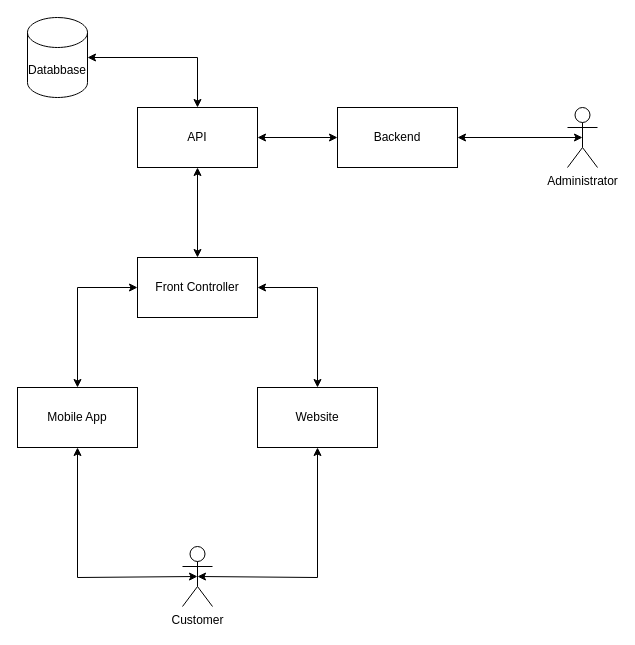
Earlier version of the draw.io diagram Application Architecture.drawio (sabhriti/sabhriti.org). Source tidied: cells renumbered, new cells numbered last; positions are measured from the earlier drawing's top-left corner, leaving out a move shared by most shapes. Both pictures are drawn from the tidied source at 100%, with x=0, y=0 at pixel (17, 17).
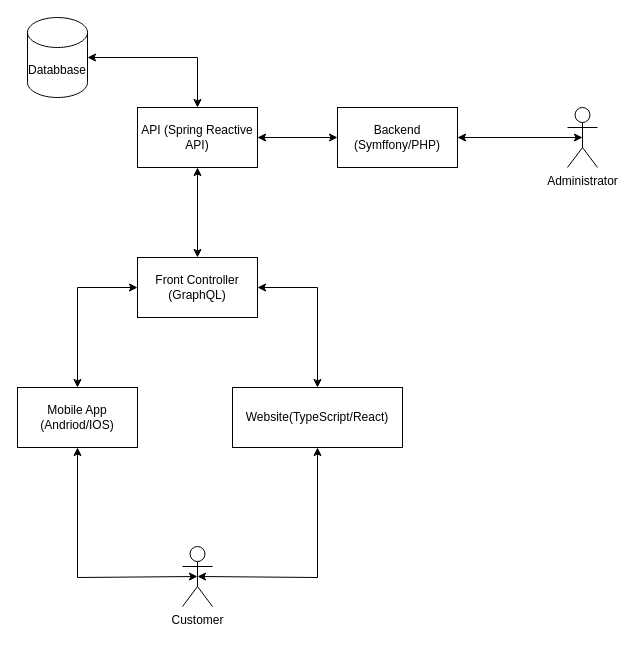
Above is the later version.

Change to the diagram source:
```diff
@@
-    <mxCell id="3" value="Mobile App" style="rounded=0;whiteSpace=wrap;html=1;" parent="1" vertex="1">
+    <mxCell id="3" value="Mobile App (Andriod/IOS)" style="rounded=0;whiteSpace=wrap;html=1;" parent="1" vertex="1">
       <mxGeometry y="370" width="120" height="60" as="geometry" />
     </mxCell>
-    <mxCell id="4" value="Website" style="rounded=0;whiteSpace=wrap;html=1;" parent="1" vertex="1">
-      <mxGeometry x="240" y="370" width="120" height="60" as="geometry" />
+    <mxCell id="4" value="Website(TypeScript/React)" style="rounded=0;whiteSpace=wrap;html=1;" parent="1" vertex="1">
+      <mxGeometry x="215" y="370" width="170" height="60" as="geometry" />
     </mxCell>
@@
-    <mxCell id="6" value="Backend" style="rounded=0;whiteSpace=wrap;html=1;" parent="1" vertex="1">
+    <mxCell id="6" value="Backend (Symffony/PHP)" style="rounded=0;whiteSpace=wrap;html=1;" parent="1" vertex="1">
       <mxGeometry x="320" y="90" width="120" height="60" as="geometry" />
     </mxCell>
-    <mxCell id="7" value="API" style="rounded=0;whiteSpace=wrap;html=1;" parent="1" vertex="1">
+    <mxCell id="7" value="API (Spring Reactive API)" style="rounded=0;whiteSpace=wrap;html=1;" parent="1" vertex="1">
       <mxGeometry x="120" y="90" width="120" height="60" as="geometry" />
     </mxCell>
-    <mxCell id="8" value="Front Controller" style="rounded=0;whiteSpace=wrap;html=1;" parent="1" vertex="1">
+    <mxCell id="8" value="Front Controller (GraphQL)" style="rounded=0;whiteSpace=wrap;html=1;" parent="1" vertex="1">
       <mxGeometry x="120" y="240" width="120" height="60" as="geometry" />
     </mxCell>
```
